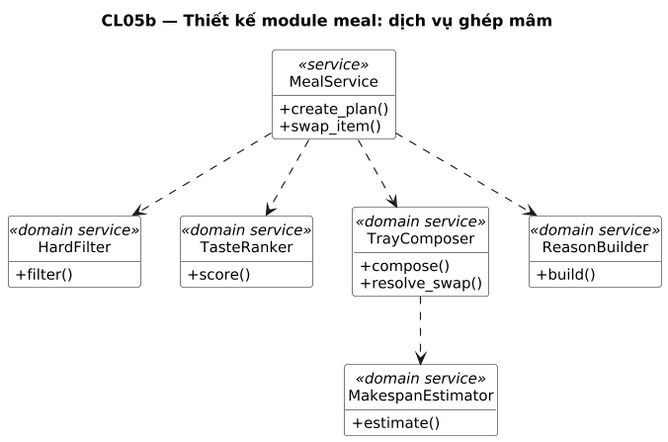
Before: docs/uml/out/class/CL05b-thiet-ke-meal-ghep-mam.png, a diagram exported from PlantUML (NamBuw/Tastoria).
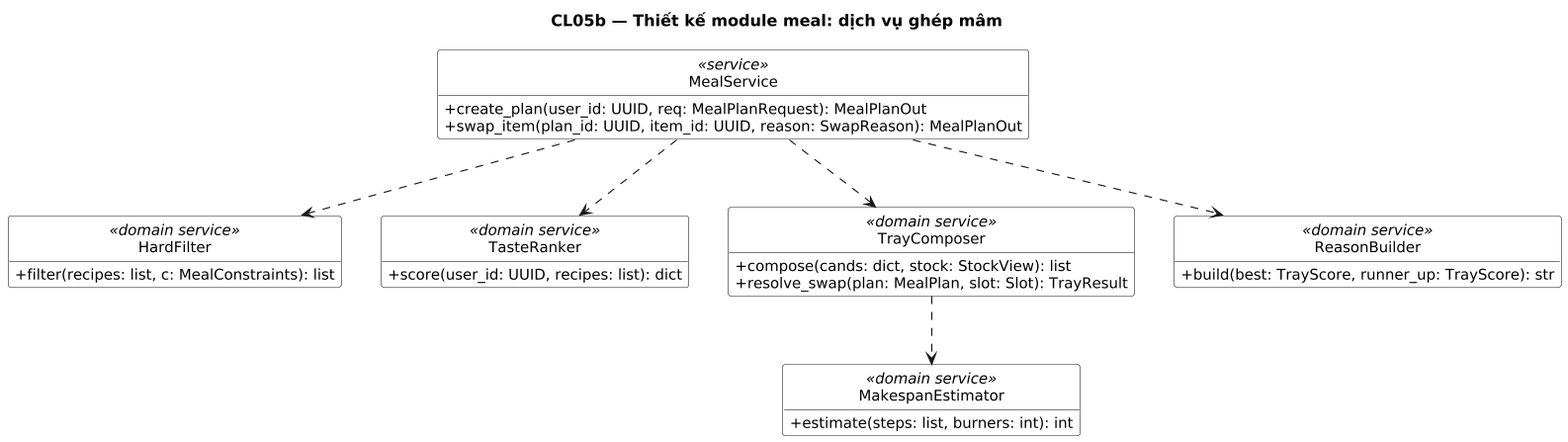
The same diagram one commit later.

The edit, as a diff of the source:
```diff
@@ -11,24 +11,24 @@
 skinparam ClassBackgroundColor White
 
 class "MealService" as S <<service>> {
-  +create_plan()
-  +swap_item()
+  +create_plan(user_id: UUID, req: MealPlanRequest): MealPlanOut
+  +swap_item(plan_id: UUID, item_id: UUID, reason: SwapReason): MealPlanOut
 }
 class "HardFilter" as HF <<domain service>> {
-  +filter()
+  +filter(recipes: list, c: MealConstraints): list
 }
 class "TasteRanker" as TR <<domain service>> {
-  +score()
+  +score(user_id: UUID, recipes: list): dict
 }
 class "TrayComposer" as TC <<domain service>> {
-  +compose()
-  +resolve_swap()
+  +compose(cands: dict, stock: StockView): list
+  +resolve_swap(plan: MealPlan, slot: Slot): TrayResult
 }
 class "MakespanEstimator" as ME <<domain service>> {
-  +estimate()
+  +estimate(steps: list, burners: int): int
 }
 class "ReasonBuilder" as RB <<domain service>> {
-  +build()
+  +build(best: TrayScore, runner_up: TrayScore): str
 }
 
 S ..> HF
```
